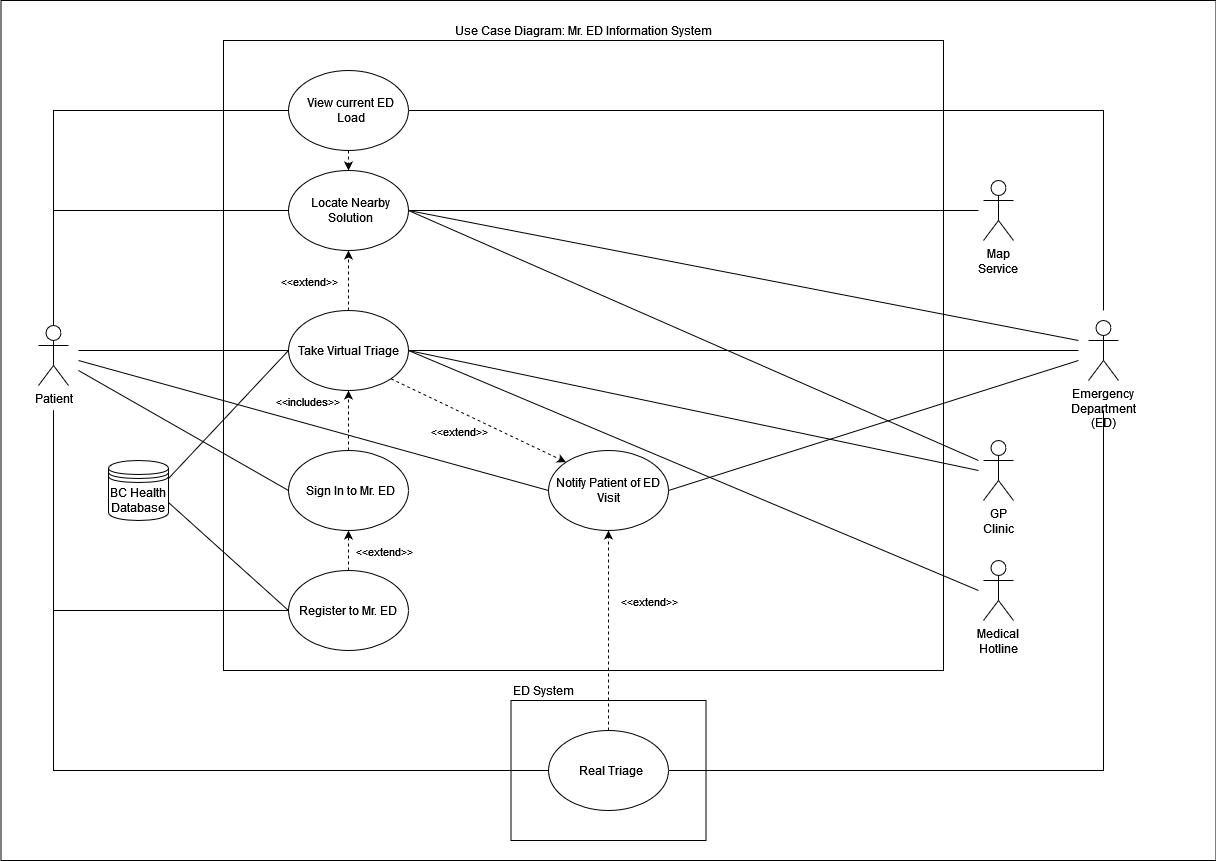
Above: Assets/UseCaseDiagram.drawio.png in uvic-teach/project-m1-team9 (draw.io), before the change. Source tidied: cells renumbered, new cells last; positions are measured from the earlier drawing's top-left corner, leaving out a move shared by most shapes.
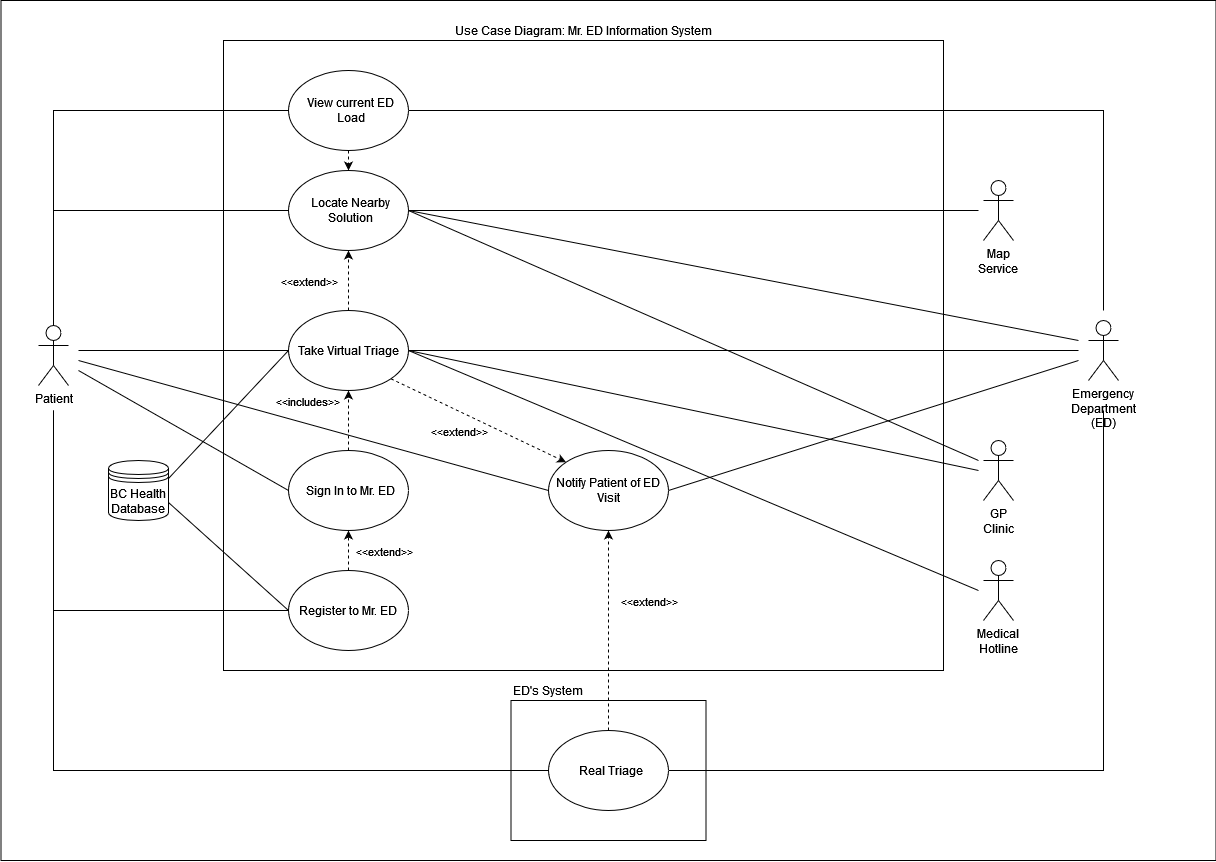
Above is the later version.

Change to the diagram source:
```diff
@@ -5,7 +5,7 @@
     <mxCell id="2" style="rounded=0;whiteSpace=wrap;html=1;labelPosition=center;verticalLabelPosition=top;align=center;verticalAlign=bottom;" parent="1" vertex="1">
       <mxGeometry x="0.5" width="1215" height="860" as="geometry" />
     </mxCell>
-    <mxCell id="3" value="ED System" style="rounded=0;whiteSpace=wrap;html=1;labelPosition=center;verticalLabelPosition=top;align=left;verticalAlign=bottom;" parent="1" vertex="1">
+    <mxCell id="3" value="ED's System" style="rounded=0;whiteSpace=wrap;html=1;labelPosition=center;verticalLabelPosition=top;align=left;verticalAlign=bottom;" parent="1" vertex="1">
       <mxGeometry x="510.5" y="700" width="195" height="140" as="geometry" />
     </mxCell>
     <mxCell id="4" value="Use Case Diagram: Mr. ED Information System" style="rounded=0;whiteSpace=wrap;html=1;labelPosition=center;verticalLabelPosition=top;align=center;verticalAlign=bottom;" parent="1" vertex="1">
```
